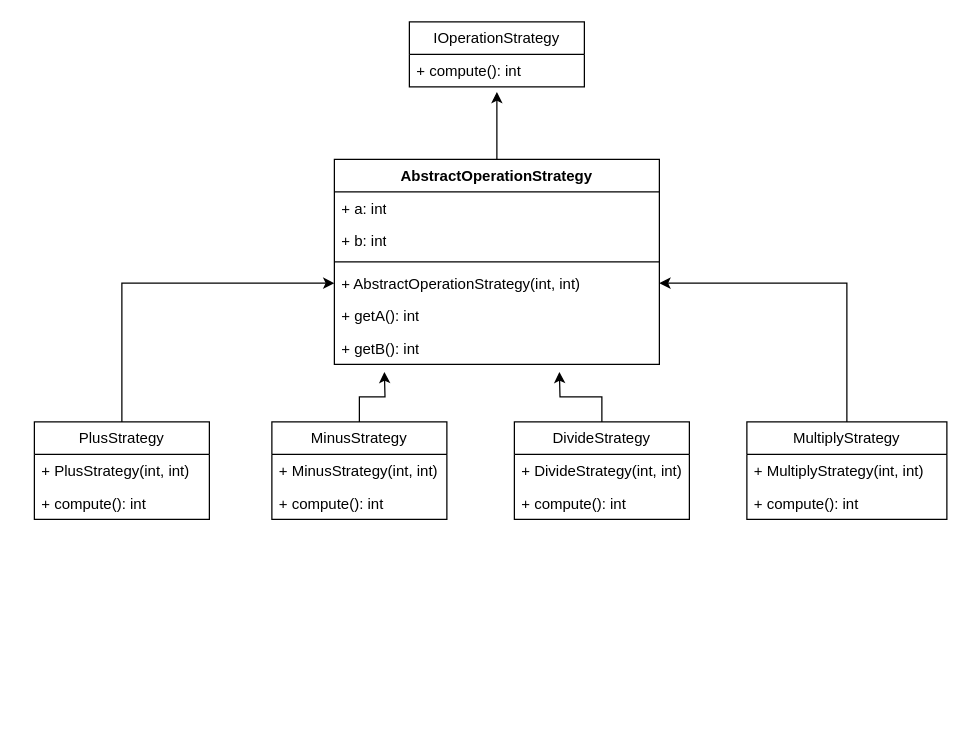
Earlier version of the draw.io diagram src/main/java/strategy/strategy.drawio (ErwanLT/designPattern). Source tidied: cells renumbered, new cells numbered last; positions are measured from the earlier drawing's top-left corner, leaving out a move shared by most shapes. Both pictures are drawn from the tidied source at 125%, with x=0, y=0 at pixel (34, 21).
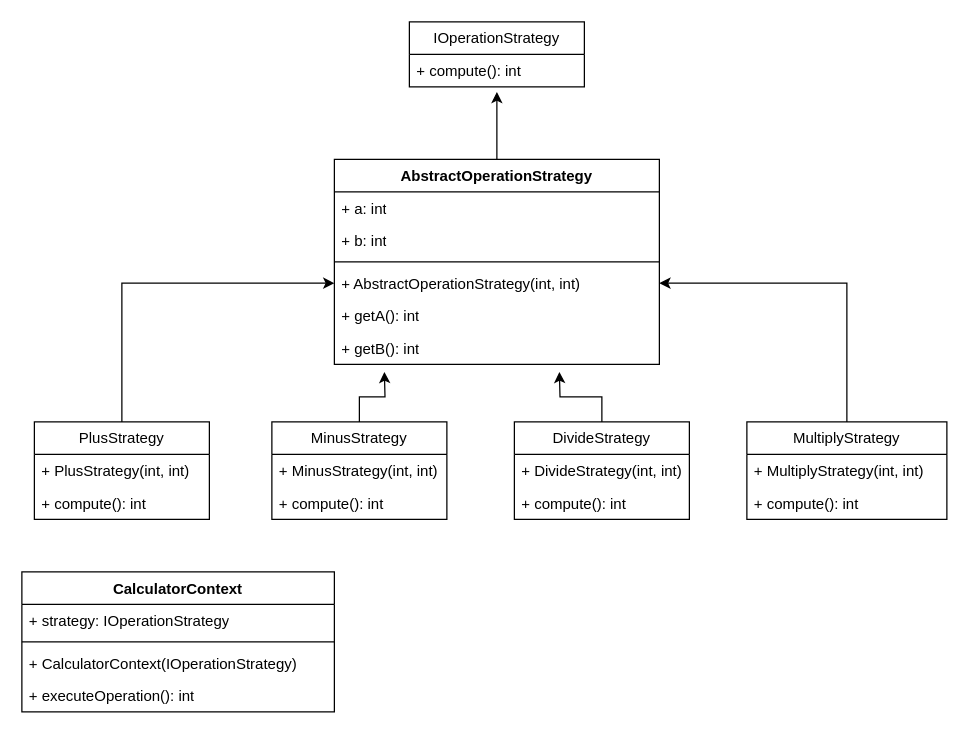
The same diagram, later.

Commit message (it also covers changes not shown here):
Mettre à jour strategy.drawio

Change to the diagram source:
```diff
@@
+    <mxCell id="28" value="CalculatorContext" style="swimlane;fontStyle=1;align=center;verticalAlign=top;horizontal=1;startSize=26;whiteSpace=wrap;html=1;" parent="1" vertex="1">
+      <mxGeometry x="-10" y="440" width="250" height="112" as="geometry" />
+    </mxCell>
+    <mxCell id="29" value="+ strategy: IOperationStrategy" style="text;strokeColor=none;fillColor=none;align=left;verticalAlign=top;spacingLeft=4;spacingRight=4;overflow=hidden;whiteSpace=wrap;html=1;" parent="28" vertex="1">
+      <mxGeometry y="26" width="250" height="26" as="geometry" />
+    </mxCell>
+    <mxCell id="30" style="line;strokeWidth=1;fillColor=none;align=left;verticalAlign=middle;spacingTop=-1;spacingLeft=3;spacingRight=3;labelPosition=right;strokeColor=inherit;" parent="28" vertex="1">
+      <mxGeometry y="52" width="250" height="8" as="geometry" />
+    </mxCell>
+    <mxCell id="31" value="+ CalculatorContext(IOperationStrategy)" style="text;strokeColor=none;fillColor=none;align=left;verticalAlign=top;spacingLeft=4;spacingRight=4;overflow=hidden;whiteSpace=wrap;html=1;" parent="28" vertex="1">
+      <mxGeometry y="60" width="250" height="26" as="geometry" />
+    </mxCell>
+    <mxCell id="32" value="+ executeOperation(): int" style="text;strokeColor=none;fillColor=none;align=left;verticalAlign=top;spacingLeft=4;spacingRight=4;overflow=hidden;whiteSpace=wrap;html=1;" parent="28" vertex="1">
+      <mxGeometry y="86" width="250" height="26" as="geometry" />
+    </mxCell>
```
